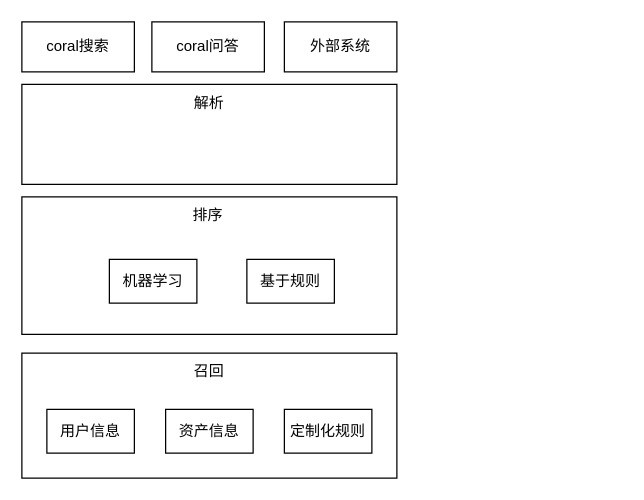
Before: llm-搜索新架构.drawio in FlyThroughAir/DrawHere, a draw.io diagram. Source tidied: cells renumbered, new cells numbered last; positions are measured from the earlier drawing's top-left corner, leaving out a move shared by most shapes. Both pictures are drawn from the tidied source at 125%, with x=0, y=0 at pixel (21, 21).
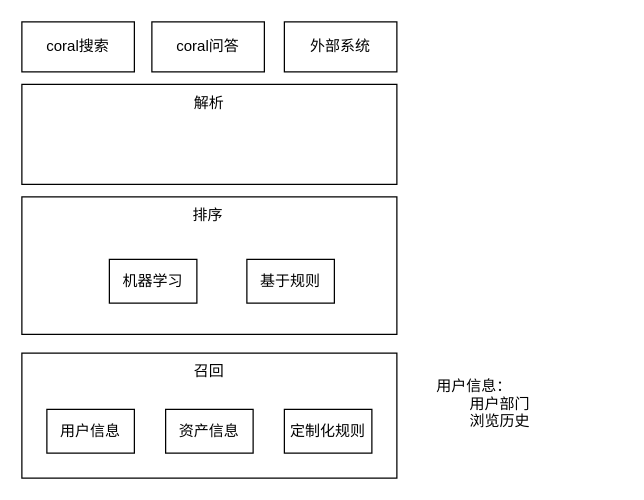
Above is the later version.

Commit message (it also covers changes not shown here):
更新llm-搜索新架构.drawio

Change to the diagram source:
```diff
@@
 <mxGraphModel>
   <root>
     <mxCell id="0" />
     <mxCell id="1" parent="0" />
     <mxCell id="2" style="rounded=0;whiteSpace=wrap;html=1;" parent="1" vertex="1">
       <mxGeometry y="265" width="300" height="100" as="geometry" />
     </mxCell>
     <mxCell id="3" style="rounded=0;whiteSpace=wrap;html=1;" parent="1" vertex="1">
       <mxGeometry y="140" width="300" height="110" as="geometry" />
     </mxCell>
     <mxCell id="4" value="coral搜索" style="rounded=0;whiteSpace=wrap;html=1;" parent="1" vertex="1">
       <mxGeometry width="90" height="40" as="geometry" />
     </mxCell>
     <mxCell id="5" value="coral问答" style="rounded=0;whiteSpace=wrap;html=1;" parent="1" vertex="1">
       <mxGeometry x="104" width="90" height="40" as="geometry" />
     </mxCell>
     <mxCell id="6" value="外部系统" style="rounded=0;whiteSpace=wrap;html=1;" parent="1" vertex="1">
       <mxGeometry x="210" width="90" height="40" as="geometry" />
     </mxCell>
     <mxCell id="7" value="召回" style="text;html=1;align=center;verticalAlign=middle;whiteSpace=wrap;rounded=0;" parent="1" vertex="1">
       <mxGeometry x="120" y="265" width="60" height="30" as="geometry" />
     </mxCell>
     <mxCell id="8" value="排序" style="text;html=1;align=center;verticalAlign=middle;whiteSpace=wrap;rounded=0;" parent="1" vertex="1">
       <mxGeometry x="119" y="140" width="60" height="30" as="geometry" />
     </mxCell>
     <mxCell id="9" style="rounded=0;whiteSpace=wrap;html=1;" parent="1" vertex="1">
       <mxGeometry y="50" width="300" height="80" as="geometry" />
     </mxCell>
     <mxCell id="10" value="解析" style="text;html=1;align=center;verticalAlign=middle;whiteSpace=wrap;rounded=0;" parent="1" vertex="1">
       <mxGeometry x="120" y="50" width="60" height="30" as="geometry" />
     </mxCell>
     <mxCell id="11" value="用户信息" style="rounded=0;whiteSpace=wrap;html=1;" parent="1" vertex="1">
       <mxGeometry x="20" y="310" width="70" height="35" as="geometry" />
     </mxCell>
     <mxCell id="12" value="资产信息" style="rounded=0;whiteSpace=wrap;html=1;" parent="1" vertex="1">
       <mxGeometry x="115" y="310" width="70" height="35" as="geometry" />
     </mxCell>
     <mxCell id="13" value="定制化规则" style="rounded=0;whiteSpace=wrap;html=1;" parent="1" vertex="1">
       <mxGeometry x="210" y="310" width="70" height="35" as="geometry" />
     </mxCell>
     <mxCell id="14" value="机器学习" style="rounded=0;whiteSpace=wrap;html=1;" parent="1" vertex="1">
       <mxGeometry x="70" y="190" width="70" height="35" as="geometry" />
     </mxCell>
     <mxCell id="15" value="基于规则" style="rounded=0;whiteSpace=wrap;html=1;" parent="1" vertex="1">
       <mxGeometry x="180" y="190" width="70" height="35" as="geometry" />
     </mxCell>
+    <mxCell id="16" value="&lt;div&gt;用户信息：&lt;/div&gt;&lt;span style=&quot;white-space: pre;&quot;&gt;&#9;&lt;/span&gt;用户部门&lt;div&gt;&lt;span style=&quot;white-space: pre;&quot;&gt;&#9;&lt;/span&gt;浏览历史&lt;/div&gt;&lt;div&gt;&lt;span style=&quot;white-space: pre;&quot;&gt;&lt;span style=&quot;white-space: pre;&quot;&gt;&#9;&lt;/span&gt;&#9;&lt;/span&gt;&lt;br&gt;&lt;/div&gt;&lt;div&gt;&lt;br&gt;&lt;/div&gt;" style="text;html=1;align=left;verticalAlign=middle;whiteSpace=wrap;rounded=0;" parent="1" vertex="1">
+      <mxGeometry x="330" y="275" width="150" height="90" as="geometry" />
+    </mxCell>
   </root>
 </mxGraphModel>
```
